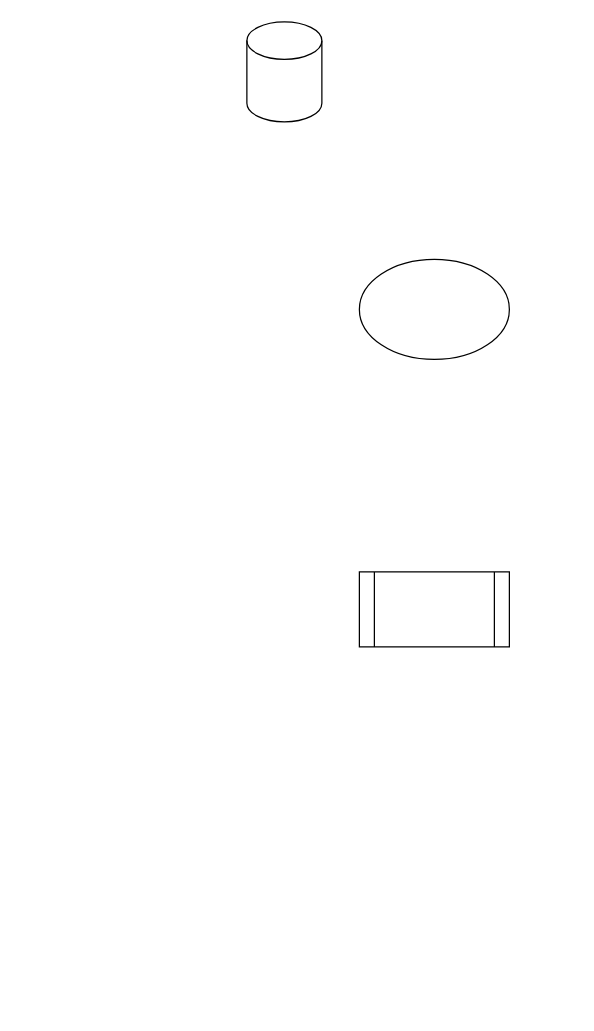
This is Untitled Diagram.drawio from donghyeon0725/whatShouldIEatToday, a draw.io file, before an edit. Source tidied: cells renumbered, new cells numbered last; positions are measured from the earlier drawing's top-left corner, leaving out a move shared by most shapes. Both pictures are drawn from the tidied source at 125%, with x=0, y=0 at pixel (246, 21).
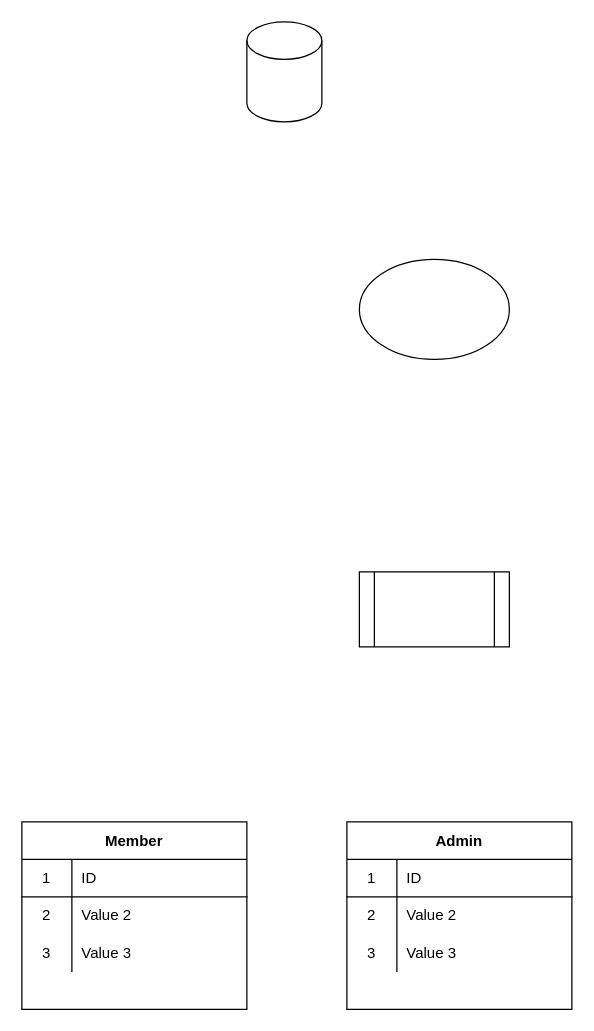
The same diagram, later.

Change to the diagram source:
```diff
@@
+    <mxCell id="5" value="Member" style="shape=table;startSize=30;childLayout=tableLayout;rowLines=0;fontStyle=1;align=center;" parent="1" vertex="1">
+      <mxGeometry x="-180" y="640" width="180" height="150" as="geometry" />
+    </mxCell>
+    <mxCell id="6" style="shape=partialRectangle;html=1;whiteSpace=wrap;fillColor=none;top=0;left=0;bottom=1;right=0;" parent="5" vertex="1">
+      <mxGeometry y="30" width="180" height="30" as="geometry" />
+    </mxCell>
+    <mxCell id="7" value="1" style="shape=partialRectangle;html=1;whiteSpace=wrap;fillColor=none;top=0;left=0;bottom=0;right=0;overflow=hidden;" parent="6" vertex="1">
+      <mxGeometry width="40" height="30" as="geometry" />
+    </mxCell>
+    <mxCell id="8" value="ID" style="shape=partialRectangle;html=1;whiteSpace=wrap;fillColor=none;top=0;left=0;bottom=0;right=0;align=left;spacingLeft=6;overflow=hidden;" parent="6" vertex="1">
+      <mxGeometry x="40" width="140" height="30" as="geometry" />
+    </mxCell>
+    <mxCell id="9" style="shape=partialRectangle;html=1;whiteSpace=wrap;fillColor=none;top=0;left=0;bottom=0;right=0;" parent="5" vertex="1">
+      <mxGeometry y="60" width="180" height="30" as="geometry" />
+    </mxCell>
+    <mxCell id="10" value="2" style="shape=partialRectangle;html=1;whiteSpace=wrap;fillColor=none;top=0;left=0;bottom=0;right=0;overflow=hidden;" parent="9" vertex="1">
+      <mxGeometry width="40" height="30" as="geometry" />
+    </mxCell>
+    <mxCell id="11" value="Value 2" style="shape=partialRectangle;html=1;whiteSpace=wrap;fillColor=none;top=0;left=0;bottom=0;right=0;align=left;spacingLeft=6;overflow=hidden;" parent="9" vertex="1">
+      <mxGeometry x="40" width="140" height="30" as="geometry" />
+    </mxCell>
+    <mxCell id="12" style="shape=partialRectangle;html=1;whiteSpace=wrap;fillColor=none;top=0;left=0;bottom=0;right=0;" parent="5" vertex="1">
+      <mxGeometry y="90" width="180" height="30" as="geometry" />
+    </mxCell>
+    <mxCell id="13" value="3" style="shape=partialRectangle;html=1;whiteSpace=wrap;fillColor=none;top=0;left=0;bottom=0;right=0;overflow=hidden;" parent="12" vertex="1">
+      <mxGeometry width="40" height="30" as="geometry" />
+    </mxCell>
+    <mxCell id="14" value="Value 3" style="shape=partialRectangle;html=1;whiteSpace=wrap;fillColor=none;top=0;left=0;bottom=0;right=0;align=left;spacingLeft=6;overflow=hidden;" parent="12" vertex="1">
+      <mxGeometry x="40" width="140" height="30" as="geometry" />
+    </mxCell>
+    <mxCell id="15" value="Admin" style="shape=table;startSize=30;childLayout=tableLayout;rowLines=0;fontStyle=1;align=center;" parent="1" vertex="1">
+      <mxGeometry x="80" y="640" width="180" height="150" as="geometry" />
+    </mxCell>
+    <mxCell id="16" style="shape=partialRectangle;html=1;whiteSpace=wrap;fillColor=none;top=0;left=0;bottom=1;right=0;" parent="15" vertex="1">
+      <mxGeometry y="30" width="180" height="30" as="geometry" />
+    </mxCell>
+    <mxCell id="17" value="1" style="shape=partialRectangle;html=1;whiteSpace=wrap;fillColor=none;top=0;left=0;bottom=0;right=0;overflow=hidden;" parent="16" vertex="1">
+      <mxGeometry width="40" height="30" as="geometry" />
+    </mxCell>
+    <mxCell id="18" value="ID" style="shape=partialRectangle;html=1;whiteSpace=wrap;fillColor=none;top=0;left=0;bottom=0;right=0;align=left;spacingLeft=6;overflow=hidden;" parent="16" vertex="1">
+      <mxGeometry x="40" width="140" height="30" as="geometry" />
+    </mxCell>
+    <mxCell id="19" style="shape=partialRectangle;html=1;whiteSpace=wrap;fillColor=none;top=0;left=0;bottom=0;right=0;" parent="15" vertex="1">
+      <mxGeometry y="60" width="180" height="30" as="geometry" />
+    </mxCell>
+    <mxCell id="20" value="2" style="shape=partialRectangle;html=1;whiteSpace=wrap;fillColor=none;top=0;left=0;bottom=0;right=0;overflow=hidden;" parent="19" vertex="1">
+      <mxGeometry width="40" height="30" as="geometry" />
+    </mxCell>
+    <mxCell id="21" value="Value 2" style="shape=partialRectangle;html=1;whiteSpace=wrap;fillColor=none;top=0;left=0;bottom=0;right=0;align=left;spacingLeft=6;overflow=hidden;" parent="19" vertex="1">
+      <mxGeometry x="40" width="140" height="30" as="geometry" />
+    </mxCell>
+    <mxCell id="22" style="shape=partialRectangle;html=1;whiteSpace=wrap;fillColor=none;top=0;left=0;bottom=0;right=0;" parent="15" vertex="1">
+      <mxGeometry y="90" width="180" height="30" as="geometry" />
+    </mxCell>
+    <mxCell id="23" value="3" style="shape=partialRectangle;html=1;whiteSpace=wrap;fillColor=none;top=0;left=0;bottom=0;right=0;overflow=hidden;" parent="22" vertex="1">
+      <mxGeometry width="40" height="30" as="geometry" />
+    </mxCell>
+    <mxCell id="24" value="Value 3" style="shape=partialRectangle;html=1;whiteSpace=wrap;fillColor=none;top=0;left=0;bottom=0;right=0;align=left;spacingLeft=6;overflow=hidden;" parent="22" vertex="1">
+      <mxGeometry x="40" width="140" height="30" as="geometry" />
+    </mxCell>
```
